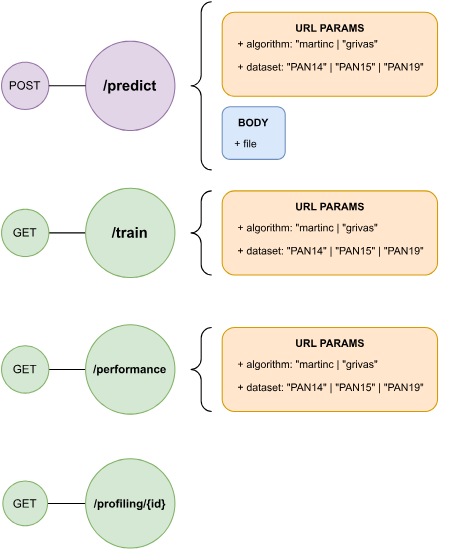
daavidrgz/ai-profiler keeps this draw.io diagram as memoria/diagramas/endpoints.svg. Above is the earlier version. Source tidied: cells renumbered, new cells last; positions are measured from the earlier drawing's top-left corner, leaving out a move shared by most shapes. Source of this version:
```xml
<mxGraphModel>
  <root>
    <mxCell id="0" />
    <mxCell id="1" parent="0" />
    <mxCell id="2" value="/predict" style="ellipse;whiteSpace=wrap;html=1;fontSize=14;fontStyle=1;fillColor=#e1d5e7;strokeColor=#9673a6;" parent="1" vertex="1">
      <mxGeometry x="80" y="37.5" width="85" height="85" as="geometry" />
    </mxCell>
    <mxCell id="3" value="&lt;span style=&quot;font-size: 11px;&quot;&gt;POST&lt;/span&gt;" style="ellipse;whiteSpace=wrap;html=1;fillColor=#e1d5e7;strokeColor=#9673a6;fontStyle=0;fontSize=11;" parent="1" vertex="1">
      <mxGeometry y="57.5" width="45" height="45" as="geometry" />
    </mxCell>
    <mxCell id="4" style="rounded=1;whiteSpace=wrap;html=1;fillColor=#ffe6cc;strokeColor=#d79b00;" parent="1" vertex="1">
      <mxGeometry x="210" y="10" width="205" height="80" as="geometry" />
    </mxCell>
    <mxCell id="5" style="rounded=1;whiteSpace=wrap;html=1;fillColor=#dae8fc;strokeColor=#6c8ebf;" parent="1" vertex="1">
      <mxGeometry x="210" y="100" width="60" height="50" as="geometry" />
    </mxCell>
    <mxCell id="6" value="&lt;p style=&quot;font-size: 10px;&quot;&gt;+ algorithm: &quot;martinc | &quot;grivas&quot;&lt;/p&gt;&lt;p style=&quot;font-size: 10px;&quot;&gt;+ dataset: &quot;PAN14&quot; | &quot;PAN15&quot; | &quot;PAN19&quot;&lt;br style=&quot;font-size: 10px;&quot;&gt;&lt;/p&gt;" style="text;html=1;strokeColor=none;fillColor=none;spacing=5;spacingTop=-20;whiteSpace=wrap;overflow=hidden;rounded=0;fontSize=10;" parent="1" vertex="1">
      <mxGeometry x="220" y="35" width="230" height="50" as="geometry" />
    </mxCell>
    <mxCell id="7" value="URL PARAMS" style="text;html=1;strokeColor=none;fillColor=none;align=center;verticalAlign=middle;whiteSpace=wrap;rounded=0;fontStyle=1;fontSize=10;" parent="1" vertex="1">
      <mxGeometry x="257.5" y="10" width="110" height="30" as="geometry" />
    </mxCell>
    <mxCell id="8" value="BODY" style="text;html=1;strokeColor=none;fillColor=none;align=center;verticalAlign=middle;whiteSpace=wrap;rounded=0;fontStyle=1;fontSize=10;" parent="1" vertex="1">
      <mxGeometry x="210" y="100" width="60" height="30" as="geometry" />
    </mxCell>
    <mxCell id="9" value="+ file" style="text;html=1;strokeColor=none;fillColor=none;align=left;verticalAlign=middle;whiteSpace=wrap;rounded=0;fontSize=10;" parent="1" vertex="1">
      <mxGeometry x="220" y="120" width="40" height="30" as="geometry" />
    </mxCell>
    <mxCell id="10" style="rounded=0;jettySize=auto;html=1;exitX=1;exitY=0.5;exitDx=0;exitDy=0;entryX=0;entryY=0.5;entryDx=0;entryDy=0;endArrow=none;endFill=0;" parent="1" edge="1" source="11" target="14">
      <mxGeometry relative="1" as="geometry" />
    </mxCell>
    <mxCell id="11" value="&lt;span style=&quot;font-size: 11px;&quot;&gt;GET&lt;/span&gt;" style="ellipse;whiteSpace=wrap;html=1;fillColor=#d5e8d4;strokeColor=#82b366;fontStyle=0;fontSize=11;" parent="1" vertex="1">
      <mxGeometry x="1.2" y="456.2" width="42.5" height="42.5" as="geometry" />
    </mxCell>
    <mxCell id="12" style="rounded=0;jettySize=auto;html=1;exitX=1;exitY=0.5;exitDx=0;exitDy=0;entryX=0;entryY=0.5;entryDx=0;entryDy=0;endArrow=none;endFill=0;" parent="1" edge="1" source="13" target="15">
      <mxGeometry relative="1" as="geometry" />
    </mxCell>
    <mxCell id="13" value="&lt;span style=&quot;font-size: 11px;&quot;&gt;GET&lt;/span&gt;" style="ellipse;whiteSpace=wrap;html=1;fillColor=#d5e8d4;strokeColor=#82b366;fontStyle=0;fontSize=11;" parent="1" vertex="1">
      <mxGeometry y="197.5" width="45" height="45" as="geometry" />
    </mxCell>
    <mxCell id="14" value="/profiling/{id}" style="ellipse;whiteSpace=wrap;html=1;fontSize=11;fontStyle=1;fillColor=#d5e8d4;strokeColor=#82b366;" parent="1" vertex="1">
      <mxGeometry x="80" y="435" width="85" height="85" as="geometry" />
    </mxCell>
    <mxCell id="15" value="/train" style="ellipse;whiteSpace=wrap;html=1;fontSize=14;fontStyle=1;fillColor=#d5e8d4;strokeColor=#82b366;" parent="1" vertex="1">
      <mxGeometry x="80" y="177.5" width="85" height="85" as="geometry" />
    </mxCell>
    <mxCell id="16" style="rounded=1;whiteSpace=wrap;html=1;fillColor=#ffe6cc;strokeColor=#d79b00;" parent="1" vertex="1">
      <mxGeometry x="210" y="180" width="205" height="80" as="geometry" />
    </mxCell>
    <mxCell id="17" value="&lt;p style=&quot;font-size: 10px;&quot;&gt;+ algorithm: &quot;martinc | &quot;grivas&quot;&lt;/p&gt;&lt;p style=&quot;font-size: 10px;&quot;&gt;+ dataset: &quot;PAN14&quot; | &quot;PAN15&quot; | &quot;PAN19&quot;&lt;br style=&quot;font-size: 10px;&quot;&gt;&lt;/p&gt;" style="text;html=1;strokeColor=none;fillColor=none;spacing=5;spacingTop=-20;whiteSpace=wrap;overflow=hidden;rounded=0;fontSize=10;" parent="1" vertex="1">
      <mxGeometry x="220" y="210" width="230" height="50" as="geometry" />
    </mxCell>
    <mxCell id="18" value="URL PARAMS" style="text;html=1;strokeColor=none;fillColor=none;align=center;verticalAlign=middle;whiteSpace=wrap;rounded=0;fontStyle=1;fontSize=10;" parent="1" vertex="1">
      <mxGeometry x="257.5" y="180" width="110" height="30" as="geometry" />
    </mxCell>
    <mxCell id="19" style="rounded=0;jettySize=auto;html=1;exitX=1;exitY=0.5;exitDx=0;exitDy=0;entryX=0;entryY=0.5;entryDx=0;entryDy=0;endArrow=none;endFill=0;" parent="1" edge="1" source="20" target="21">
      <mxGeometry relative="1" as="geometry" />
    </mxCell>
    <mxCell id="20" value="&lt;span style=&quot;font-size: 11px;&quot;&gt;GET&lt;/span&gt;" style="ellipse;whiteSpace=wrap;html=1;fillColor=#d5e8d4;strokeColor=#82b366;fontStyle=0;fontSize=11;" parent="1" vertex="1">
      <mxGeometry y="327.5" width="45" height="45" as="geometry" />
    </mxCell>
    <mxCell id="21" value="/performance" style="ellipse;whiteSpace=wrap;html=1;fontSize=11;fontStyle=1;fillColor=#d5e8d4;strokeColor=#82b366;" parent="1" vertex="1">
      <mxGeometry x="80" y="307.5" width="85" height="85" as="geometry" />
    </mxCell>
    <mxCell id="22" style="rounded=1;whiteSpace=wrap;html=1;fillColor=#ffe6cc;strokeColor=#d79b00;" parent="1" vertex="1">
      <mxGeometry x="210" y="310" width="205" height="80" as="geometry" />
    </mxCell>
    <mxCell id="23" value="&lt;p style=&quot;font-size: 10px;&quot;&gt;+ algorithm: &quot;martinc | &quot;grivas&quot;&lt;/p&gt;&lt;p style=&quot;font-size: 10px;&quot;&gt;+ dataset: &quot;PAN14&quot; | &quot;PAN15&quot; | &quot;PAN19&quot;&lt;br style=&quot;font-size: 10px;&quot;&gt;&lt;/p&gt;" style="text;html=1;strokeColor=none;fillColor=none;spacing=5;spacingTop=-20;whiteSpace=wrap;overflow=hidden;rounded=0;fontSize=10;" parent="1" vertex="1">
      <mxGeometry x="220" y="340" width="230" height="50" as="geometry" />
    </mxCell>
    <mxCell id="24" value="URL PARAMS" style="text;html=1;strokeColor=none;fillColor=none;align=center;verticalAlign=middle;whiteSpace=wrap;rounded=0;fontStyle=1;fontSize=10;" parent="1" vertex="1">
      <mxGeometry x="257.5" y="310" width="110" height="30" as="geometry" />
    </mxCell>
    <mxCell id="25" style="rounded=0;jettySize=auto;html=1;exitX=1;exitY=0.5;exitDx=0;exitDy=0;entryX=0;entryY=0.5;entryDx=0;entryDy=0;endArrow=none;endFill=0;" parent="1" edge="1" source="3" target="2">
      <mxGeometry relative="1" as="geometry" />
    </mxCell>
    <mxCell id="26" style="labelPosition=right;align=left;strokeWidth=1;shape=mxgraph.mockup.markup.curlyBrace;html=1;shadow=0;dashed=0;strokeColor=#000000;direction=north;" parent="1" vertex="1">
      <mxGeometry x="180" width="20" height="160" as="geometry" />
    </mxCell>
    <mxCell id="27" style="labelPosition=right;align=left;strokeWidth=1;shape=mxgraph.mockup.markup.curlyBrace;html=1;shadow=0;dashed=0;strokeColor=#000000;direction=north;" parent="1" vertex="1">
      <mxGeometry x="180" y="180" width="20" height="80" as="geometry" />
    </mxCell>
    <mxCell id="28" style="labelPosition=right;align=left;strokeWidth=1;shape=mxgraph.mockup.markup.curlyBrace;html=1;shadow=0;dashed=0;strokeColor=#000000;direction=north;" parent="1" vertex="1">
      <mxGeometry x="180" y="310" width="20" height="80" as="geometry" />
    </mxCell>
  </root>
</mxGraphModel>
```
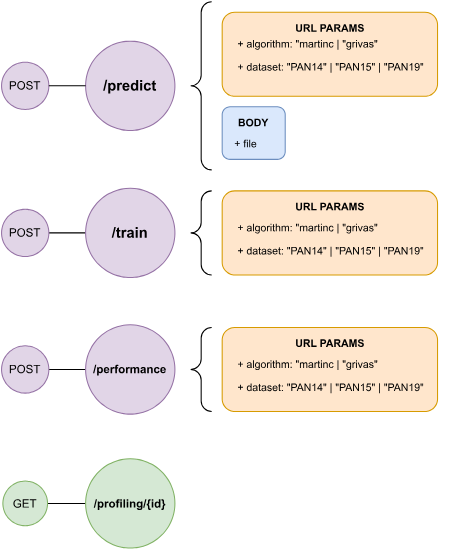
The same file after the commit.

Diff of the diagram source:
```diff
@@ -35,13 +35,13 @@
     <mxCell id="12" style="rounded=0;jettySize=auto;html=1;exitX=1;exitY=0.5;exitDx=0;exitDy=0;entryX=0;entryY=0.5;entryDx=0;entryDy=0;endArrow=none;endFill=0;" parent="1" edge="1" source="13" target="15">
       <mxGeometry relative="1" as="geometry" />
     </mxCell>
-    <mxCell id="13" value="&lt;span style=&quot;font-size: 11px;&quot;&gt;GET&lt;/span&gt;" style="ellipse;whiteSpace=wrap;html=1;fillColor=#d5e8d4;strokeColor=#82b366;fontStyle=0;fontSize=11;" parent="1" vertex="1">
+    <mxCell id="13" value="POST" style="ellipse;whiteSpace=wrap;html=1;fillColor=#e1d5e7;strokeColor=#9673a6;fontStyle=0;fontSize=11;" parent="1" vertex="1">
       <mxGeometry y="197.5" width="45" height="45" as="geometry" />
     </mxCell>
     <mxCell id="14" value="/profiling/{id}" style="ellipse;whiteSpace=wrap;html=1;fontSize=11;fontStyle=1;fillColor=#d5e8d4;strokeColor=#82b366;" parent="1" vertex="1">
       <mxGeometry x="80" y="435" width="85" height="85" as="geometry" />
     </mxCell>
-    <mxCell id="15" value="/train" style="ellipse;whiteSpace=wrap;html=1;fontSize=14;fontStyle=1;fillColor=#d5e8d4;strokeColor=#82b366;" parent="1" vertex="1">
+    <mxCell id="15" value="/train" style="ellipse;whiteSpace=wrap;html=1;fontSize=14;fontStyle=1;fillColor=#e1d5e7;strokeColor=#9673a6;" parent="1" vertex="1">
       <mxGeometry x="80" y="177.5" width="85" height="85" as="geometry" />
     </mxCell>
     <mxCell id="16" style="rounded=1;whiteSpace=wrap;html=1;fillColor=#ffe6cc;strokeColor=#d79b00;" parent="1" vertex="1">
@@ -56,10 +56,10 @@
     <mxCell id="19" style="rounded=0;jettySize=auto;html=1;exitX=1;exitY=0.5;exitDx=0;exitDy=0;entryX=0;entryY=0.5;entryDx=0;entryDy=0;endArrow=none;endFill=0;" parent="1" edge="1" source="20" target="21">
       <mxGeometry relative="1" as="geometry" />
     </mxCell>
-    <mxCell id="20" value="&lt;span style=&quot;font-size: 11px;&quot;&gt;GET&lt;/span&gt;" style="ellipse;whiteSpace=wrap;html=1;fillColor=#d5e8d4;strokeColor=#82b366;fontStyle=0;fontSize=11;" parent="1" vertex="1">
+    <mxCell id="20" value="POST" style="ellipse;whiteSpace=wrap;html=1;fillColor=#e1d5e7;strokeColor=#9673a6;fontStyle=0;fontSize=11;" parent="1" vertex="1">
       <mxGeometry y="327.5" width="45" height="45" as="geometry" />
     </mxCell>
-    <mxCell id="21" value="/performance" style="ellipse;whiteSpace=wrap;html=1;fontSize=11;fontStyle=1;fillColor=#d5e8d4;strokeColor=#82b366;" parent="1" vertex="1">
+    <mxCell id="21" value="/performance" style="ellipse;whiteSpace=wrap;html=1;fontSize=11;fontStyle=1;fillColor=#e1d5e7;strokeColor=#9673a6;" parent="1" vertex="1">
       <mxGeometry x="80" y="307.5" width="85" height="85" as="geometry" />
     </mxCell>
     <mxCell id="22" style="rounded=1;whiteSpace=wrap;html=1;fillColor=#ffe6cc;strokeColor=#d79b00;" parent="1" vertex="1">
```
